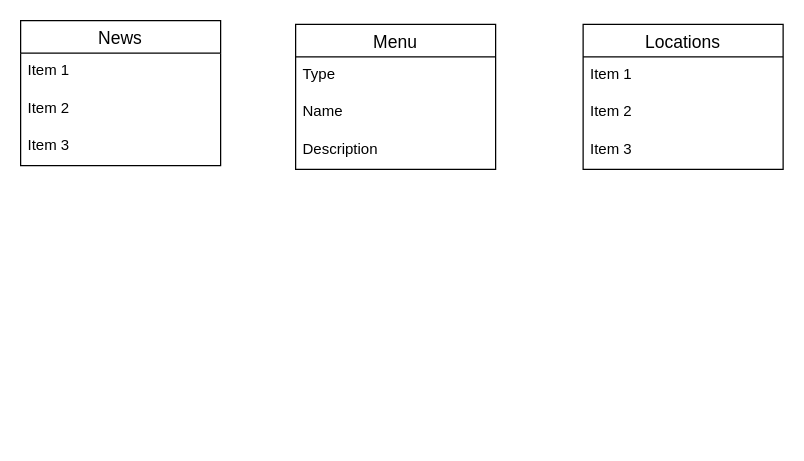
diego8arock/portfolio keeps this draw.io diagram as docs/brochure/brochure.v0.1.drawio. Above is the earlier version. Source tidied: cells renumbered, new cells numbered last; positions are measured from the earlier drawing's top-left corner, leaving out a move shared by most shapes. Both pictures are drawn from the tidied source at 125%, with x=0, y=0 at pixel (20, 20).
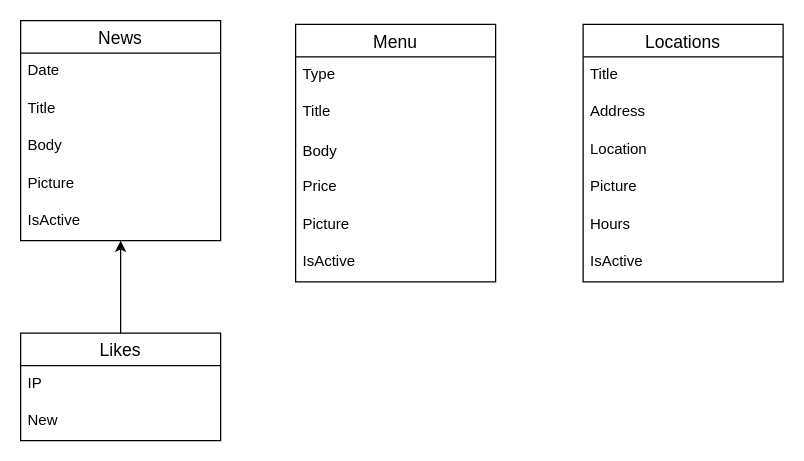
The same diagram, later.

The edit, as a diff of the source:
```diff
@@
     <mxCell id="2" value="News" style="swimlane;fontStyle=0;horizontal=1;startSize=26;align=center;fontSize=14;" parent="1" vertex="1">
-      <mxGeometry width="160" height="116" as="geometry" />
+      <mxGeometry width="160" height="176" as="geometry" />
     </mxCell>
-    <mxCell id="3" value="Item 1" style="text;strokeColor=none;fillColor=none;spacingLeft=4;spacingRight=4;overflow=hidden;fontSize=12;" parent="2" vertex="1">
+    <mxCell id="3" value="Date" style="text;strokeColor=none;fillColor=none;spacingLeft=4;spacingRight=4;overflow=hidden;fontSize=12;" parent="2" vertex="1">
       <mxGeometry y="26" width="160" height="30" as="geometry" />
     </mxCell>
-    <mxCell id="4" value="Item 2" style="text;strokeColor=none;fillColor=none;spacingLeft=4;spacingRight=4;overflow=hidden;fontSize=12;" parent="2" vertex="1">
+    <mxCell id="4" value="Title" style="text;strokeColor=none;fillColor=none;spacingLeft=4;spacingRight=4;overflow=hidden;fontSize=12;" parent="2" vertex="1">
       <mxGeometry y="56" width="160" height="30" as="geometry" />
     </mxCell>
-    <mxCell id="5" value="Item 3" style="text;strokeColor=none;fillColor=none;spacingLeft=4;spacingRight=4;overflow=hidden;fontSize=12;" parent="2" vertex="1">
+    <mxCell id="5" value="Body" style="text;strokeColor=none;fillColor=none;spacingLeft=4;spacingRight=4;overflow=hidden;fontSize=12;" parent="2" vertex="1">
       <mxGeometry y="86" width="160" height="30" as="geometry" />
     </mxCell>
+    <mxCell id="14" value="Picture" style="text;strokeColor=none;fillColor=none;spacingLeft=4;spacingRight=4;overflow=hidden;fontSize=12;glass=0;" parent="2" vertex="1">
+      <mxGeometry y="116" width="160" height="30" as="geometry" />
+    </mxCell>
+    <mxCell id="15" value="IsActive" style="text;strokeColor=none;fillColor=none;spacingLeft=4;spacingRight=4;overflow=hidden;points=[[0,0.5],[1,0.5]];portConstraint=eastwest;fontSize=12;glass=0;" parent="2" vertex="1">
+      <mxGeometry y="146" width="160" height="30" as="geometry" />
+    </mxCell>
-    <mxCell id="6" value="Menu" style="swimlane;fontStyle=0;horizontal=1;startSize=26;align=center;fontSize=14;" parent="1" vertex="1">
-      <mxGeometry x="220" y="3" width="160" height="116" as="geometry" />
+    <mxCell id="6" value="Menu" style="swimlane;fontStyle=0;horizontal=1;startSize=26;align=center;fontSize=14;glass=0;" parent="1" vertex="1">
+      <mxGeometry x="220" y="3" width="160" height="206" as="geometry" />
     </mxCell>
@@
-    <mxCell id="8" value="Name" style="text;strokeColor=none;fillColor=none;spacingLeft=4;spacingRight=4;overflow=hidden;fontSize=12;" parent="6" vertex="1">
+    <mxCell id="8" value="Title" style="text;strokeColor=none;fillColor=none;spacingLeft=4;spacingRight=4;overflow=hidden;fontSize=12;" parent="6" vertex="1">
       <mxGeometry y="56" width="160" height="30" as="geometry" />
     </mxCell>
-    <mxCell id="9" value="Description" style="text;strokeColor=none;fillColor=none;spacingLeft=4;spacingRight=4;overflow=hidden;fontSize=12;" parent="6" vertex="1">
+    <mxCell id="9" value="Body" style="text;spacingLeft=4;spacingRight=4;overflow=hidden;fontSize=12;verticalAlign=middle;" parent="6" vertex="1">
       <mxGeometry y="86" width="160" height="30" as="geometry" />
     </mxCell>
+    <mxCell id="16" value="Price" style="text;strokeColor=none;fillColor=none;spacingLeft=4;spacingRight=4;overflow=hidden;fontSize=12;glass=0;" parent="6" vertex="1">
+      <mxGeometry y="116" width="160" height="30" as="geometry" />
+    </mxCell>
+    <mxCell id="17" value="Picture" style="text;strokeColor=none;fillColor=none;spacingLeft=4;spacingRight=4;overflow=hidden;fontSize=12;glass=0;" parent="6" vertex="1">
+      <mxGeometry y="146" width="160" height="30" as="geometry" />
+    </mxCell>
+    <mxCell id="18" value="IsActive" style="text;strokeColor=none;fillColor=none;spacingLeft=4;spacingRight=4;overflow=hidden;fontSize=12;glass=0;" parent="6" vertex="1">
+      <mxGeometry y="176" width="160" height="30" as="geometry" />
+    </mxCell>
     <mxCell id="10" value="Locations" style="swimlane;fontStyle=0;horizontal=1;startSize=26;align=center;fontSize=14;" parent="1" vertex="1">
-      <mxGeometry x="450" y="3" width="160" height="116" as="geometry" />
+      <mxGeometry x="450" y="3" width="160" height="206" as="geometry" />
     </mxCell>
-    <mxCell id="11" value="Item 1" style="text;strokeColor=none;fillColor=none;spacingLeft=4;spacingRight=4;overflow=hidden;fontSize=12;" parent="10" vertex="1">
+    <mxCell id="11" value="Title" style="text;strokeColor=none;fillColor=none;spacingLeft=4;spacingRight=4;overflow=hidden;fontSize=12;" parent="10" vertex="1">
       <mxGeometry y="26" width="160" height="30" as="geometry" />
     </mxCell>
-    <mxCell id="12" value="Item 2" style="text;strokeColor=none;fillColor=none;spacingLeft=4;spacingRight=4;overflow=hidden;fontSize=12;" parent="10" vertex="1">
+    <mxCell id="12" value="Address" style="text;strokeColor=none;fillColor=none;spacingLeft=4;spacingRight=4;overflow=hidden;fontSize=12;" parent="10" vertex="1">
       <mxGeometry y="56" width="160" height="30" as="geometry" />
     </mxCell>
-    <mxCell id="13" value="Item 3" style="text;strokeColor=none;fillColor=none;spacingLeft=4;spacingRight=4;overflow=hidden;fontSize=12;" parent="10" vertex="1">
+    <mxCell id="13" value="Location" style="text;strokeColor=none;fillColor=none;spacingLeft=4;spacingRight=4;overflow=hidden;fontSize=12;" parent="10" vertex="1">
       <mxGeometry y="86" width="160" height="30" as="geometry" />
     </mxCell>
+    <mxCell id="19" value="Picture" style="text;strokeColor=none;fillColor=none;spacingLeft=4;spacingRight=4;overflow=hidden;fontSize=12;glass=0;" parent="10" vertex="1">
+      <mxGeometry y="116" width="160" height="30" as="geometry" />
+    </mxCell>
+    <mxCell id="20" value="Hours" style="text;strokeColor=none;fillColor=none;spacingLeft=4;spacingRight=4;overflow=hidden;fontSize=12;glass=0;" parent="10" vertex="1">
+      <mxGeometry y="146" width="160" height="30" as="geometry" />
+    </mxCell>
+    <mxCell id="21" value="IsActive" style="text;strokeColor=none;fillColor=none;spacingLeft=4;spacingRight=4;overflow=hidden;fontSize=12;glass=0;" parent="10" vertex="1">
+      <mxGeometry y="176" width="160" height="30" as="geometry" />
+    </mxCell>
+    <mxCell id="22" style="edgeStyle=orthogonalEdgeStyle;rounded=0;jettySize=auto;html=1;entryX=0.5;entryY=1;entryDx=0;entryDy=0;entryPerimeter=0;" parent="1" edge="1" source="23" target="15">
+      <mxGeometry relative="1" as="geometry" />
+    </mxCell>
+    <mxCell id="23" value="Likes" style="swimlane;fontStyle=0;horizontal=1;startSize=26;align=center;fontSize=14;glass=0;" parent="1" vertex="1">
+      <mxGeometry y="250" width="160" height="86" as="geometry" />
+    </mxCell>
+    <mxCell id="24" value="IP" style="text;strokeColor=none;fillColor=none;spacingLeft=4;spacingRight=4;overflow=hidden;fontSize=12;" parent="23" vertex="1">
+      <mxGeometry y="26" width="160" height="30" as="geometry" />
+    </mxCell>
+    <mxCell id="25" value="New" style="text;strokeColor=none;fillColor=none;spacingLeft=4;spacingRight=4;overflow=hidden;fontSize=12;" parent="23" vertex="1">
+      <mxGeometry y="56" width="160" height="30" as="geometry" />
+    </mxCell>
```
